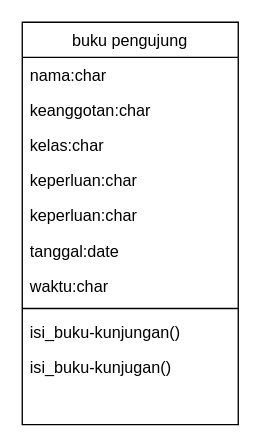
Above: class-dia.drawio in septihadiilham/TUGAS-PAK-ADI (draw.io), before the change. Source tidied: cells renumbered, new cells numbered last; positions are measured from the earlier drawing's top-left corner, leaving out a move shared by most shapes. Both pictures are drawn from the tidied source at 135%, with x=0, y=0 at pixel (22, 22).
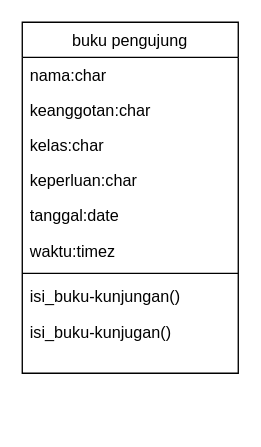
After the change.

The edit, as a diff of the source:
```diff
@@
 <mxGraphModel>
   <root>
     <mxCell id="0" />
     <mxCell id="1" parent="0" />
     <mxCell id="2" value="buku pengujung" style="swimlane;fontStyle=0;align=center;verticalAlign=top;horizontal=1;startSize=26;rounded=0;shadow=0;strokeWidth=1;" parent="1" vertex="1">
-      <mxGeometry width="160" height="298" as="geometry" />
+      <mxGeometry width="160" height="260" as="geometry" />
     </mxCell>
     <mxCell id="3" value="nama:char" style="text;align=left;verticalAlign=top;spacingLeft=4;spacingRight=4;overflow=hidden;" parent="2" vertex="1">
       <mxGeometry y="26" width="160" height="26" as="geometry" />
     </mxCell>
     <mxCell id="4" value="keanggotan:char" style="text;align=left;verticalAlign=top;spacingLeft=4;spacingRight=4;overflow=hidden;rounded=0;shadow=0;html=0;" parent="2" vertex="1">
       <mxGeometry y="52" width="160" height="26" as="geometry" />
     </mxCell>
     <mxCell id="5" value="kelas:char" style="text;align=left;verticalAlign=top;spacingLeft=4;spacingRight=4;overflow=hidden;rounded=0;shadow=0;html=0;" parent="2" vertex="1">
       <mxGeometry y="78" width="160" height="26" as="geometry" />
     </mxCell>
-    <mxCell id="6" value="keperluan:char" style="text;align=left;verticalAlign=top;spacingLeft=4;spacingRight=4;overflow=hidden;rounded=0;shadow=0;html=0;" parent="2" vertex="1">
-      <mxGeometry y="104" width="160" height="26" as="geometry" />
-    </mxCell>
     <mxCell id="7" value="keperluan:char" style="text;align=left;verticalAlign=top;spacingLeft=4;spacingRight=4;overflow=hidden;rounded=0;shadow=0;html=0;" parent="2" vertex="1">
-      <mxGeometry y="130" width="160" height="26" as="geometry" />
+      <mxGeometry y="104" width="160" height="26" as="geometry" />
     </mxCell>
     <mxCell id="8" value="tanggal:date" style="text;align=left;verticalAlign=top;spacingLeft=4;spacingRight=4;overflow=hidden;rounded=0;shadow=0;html=0;" parent="2" vertex="1">
-      <mxGeometry y="156" width="160" height="26" as="geometry" />
+      <mxGeometry y="130" width="160" height="26" as="geometry" />
     </mxCell>
-    <mxCell id="9" value="waktu:char" style="text;align=left;verticalAlign=top;spacingLeft=4;spacingRight=4;overflow=hidden;rounded=0;shadow=0;html=0;" parent="2" vertex="1">
-      <mxGeometry y="182" width="160" height="26" as="geometry" />
+    <mxCell id="9" value="waktu:timez" style="text;align=left;verticalAlign=top;spacingLeft=4;spacingRight=4;overflow=hidden;rounded=0;shadow=0;html=0;" parent="2" vertex="1">
+      <mxGeometry y="156" width="160" height="26" as="geometry" />
     </mxCell>
     <mxCell id="10" style="line;html=1;strokeWidth=1;align=left;verticalAlign=middle;spacingTop=-1;spacingLeft=3;spacingRight=3;labelPosition=right;" parent="2" vertex="1">
-      <mxGeometry y="208" width="160" height="8" as="geometry" />
+      <mxGeometry y="182" width="160" height="8" as="geometry" />
     </mxCell>
     <mxCell id="11" value="isi_buku-kunjungan()" style="text;align=left;verticalAlign=top;spacingLeft=4;spacingRight=4;overflow=hidden;" parent="2" vertex="1">
-      <mxGeometry y="216" width="160" height="26" as="geometry" />
+      <mxGeometry y="190" width="160" height="26" as="geometry" />
     </mxCell>
     <mxCell id="12" value="isi_buku-kunjugan()" style="text;align=left;verticalAlign=top;spacingLeft=4;spacingRight=4;overflow=hidden;" parent="2" vertex="1">
-      <mxGeometry y="242" width="160" height="30" as="geometry" />
+      <mxGeometry y="216" width="160" height="30" as="geometry" />
     </mxCell>
   </root>
 </mxGraphModel>
```
